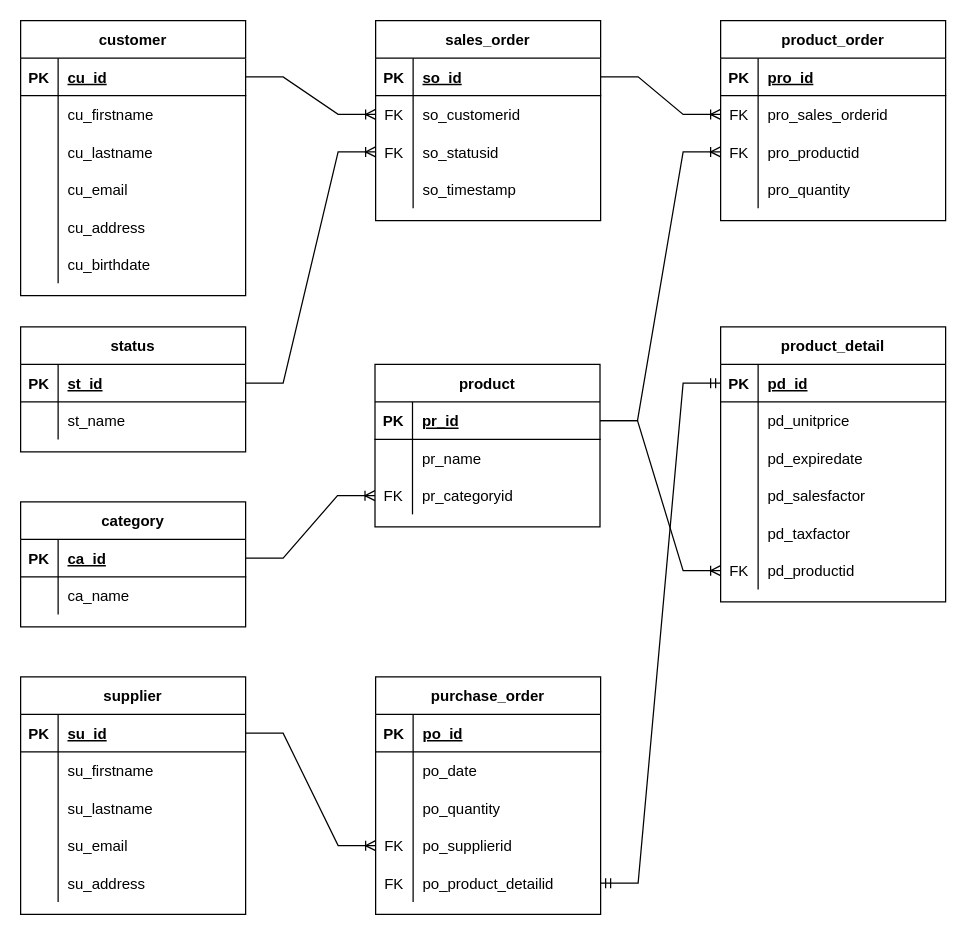
The draw.io diagram hamburger_db_inventaris.drawio in effevee/data_sql_python_frankv, before the edit. Source tidied: cells renumbered, new cells numbered last; positions are measured from the earlier drawing's top-left corner, leaving out a move shared by most shapes. Both pictures are drawn from the tidied source at 125%, with x=0, y=0 at pixel (20, 20).
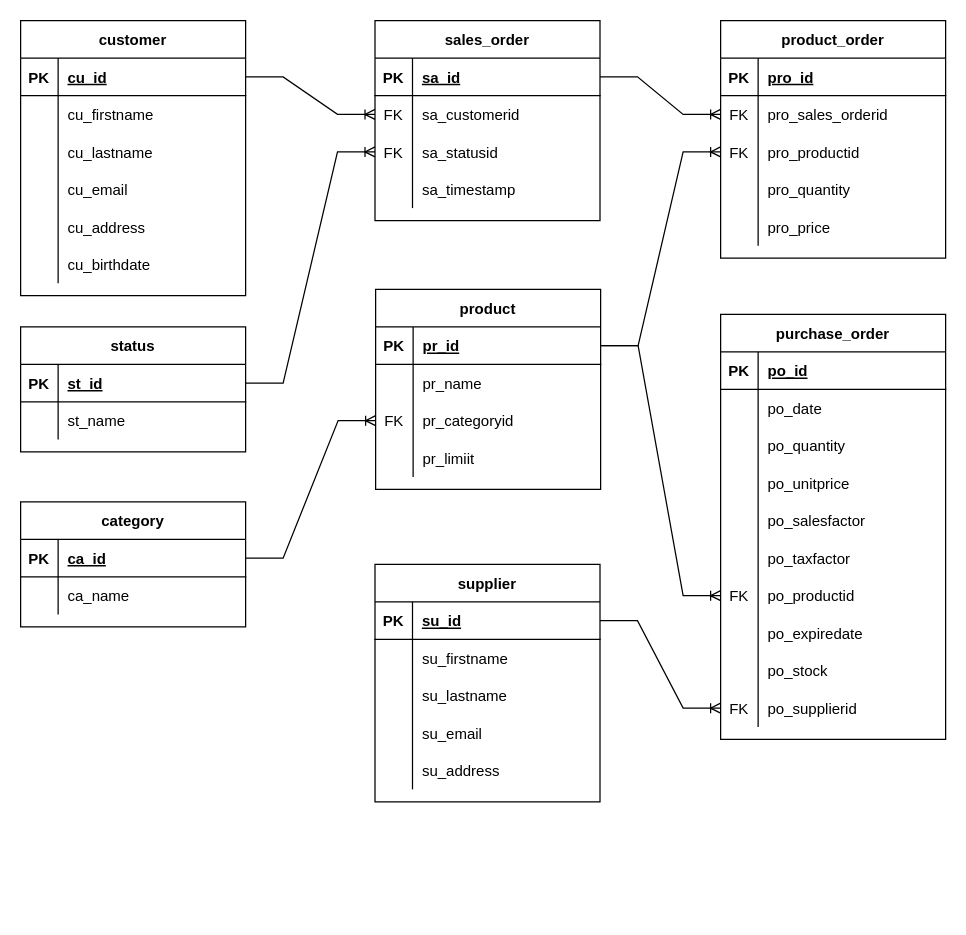
The same diagram, later.

The change refers to these unchanged cells:
```xml
<mxCell id="22" style="shape=tableRow;horizontal=0;startSize=0;swimlaneHead=0;swimlaneBody=0;fillColor=none;points=[[0,0.5],[1,0.5]];portConstraint=eastwest;top=0;left=0;right=0;bottom=1;" parent="21" vertex="1">
  <mxGeometry y="30" width="180" height="30" as="geometry" />
</mxCell>
<mxCell id="25" style="shape=tableRow;horizontal=0;startSize=0;swimlaneHead=0;swimlaneBody=0;fillColor=none;points=[[0,0.5],[1,0.5]];portConstraint=eastwest;top=0;left=0;right=0;bottom=0;" parent="21" vertex="1">
  <mxGeometry y="60" width="180" height="30" as="geometry" />
</mxCell>
<mxCell id="28" style="shape=tableRow;horizontal=0;startSize=0;swimlaneHead=0;swimlaneBody=0;fillColor=none;points=[[0,0.5],[1,0.5]];portConstraint=eastwest;top=0;left=0;right=0;bottom=0;" parent="21" vertex="1">
  <mxGeometry y="90" width="180" height="30" as="geometry" />
</mxCell>
<mxCell id="31" style="shape=tableRow;horizontal=0;startSize=0;swimlaneHead=0;swimlaneBody=0;fillColor=none;top=0;left=0;right=0;bottom=0;" parent="21" vertex="1">
  <mxGeometry y="120" width="180" height="30" as="geometry" />
</mxCell>
<mxCell id="35" style="shape=tableRow;horizontal=0;startSize=0;swimlaneHead=0;swimlaneBody=0;fillColor=none;points=[[0,0.5],[1,0.5]];portConstraint=eastwest;top=0;left=0;right=0;bottom=1;" parent="34" vertex="1">
  <mxGeometry y="30" width="180" height="30" as="geometry" />
</mxCell>
<mxCell id="52" style="shape=tableRow;horizontal=0;startSize=0;swimlaneHead=0;swimlaneBody=0;fillColor=none;points=[[0,0.5],[1,0.5]];portConstraint=eastwest;top=0;left=0;right=0;bottom=1;" parent="51" vertex="1">
  <mxGeometry y="30" width="180" height="30" as="geometry" />
</mxCell>
```

What changed in the source:
```diff
@@
     <mxCell id="21" value="sales_order" style="shape=table;startSize=30;childLayout=tableLayout;rowLines=0;fontStyle=1;align=center;" parent="1" vertex="1">
-      <mxGeometry x="284" width="180" height="160" as="geometry" />
+      <mxGeometry x="283.5" width="180" height="160" as="geometry" />
     </mxCell>
@@
-    <mxCell id="24" value="so_id" style="shape=partialRectangle;fillColor=none;top=0;left=0;bottom=0;right=0;align=left;spacingLeft=6;fontStyle=5;overflow=hidden;" parent="22" vertex="1">
+    <mxCell id="24" value="sa_id" style="shape=partialRectangle;fillColor=none;top=0;left=0;bottom=0;right=0;align=left;spacingLeft=6;fontStyle=5;overflow=hidden;" parent="22" vertex="1">
       <mxGeometry x="30" width="150" height="30" as="geometry" />
     </mxCell>
@@
-    <mxCell id="27" value="so_customerid" style="shape=partialRectangle;fillColor=none;top=0;left=0;bottom=0;right=0;align=left;spacingLeft=6;overflow=hidden;" parent="25" vertex="1">
+    <mxCell id="27" value="sa_customerid" style="shape=partialRectangle;fillColor=none;top=0;left=0;bottom=0;right=0;align=left;spacingLeft=6;overflow=hidden;" parent="25" vertex="1">
       <mxGeometry x="30" width="150" height="30" as="geometry" />
     </mxCell>
@@
-    <mxCell id="30" value="so_statusid" style="shape=partialRectangle;fillColor=none;top=0;left=0;bottom=0;right=0;align=left;spacingLeft=6;overflow=hidden;" parent="28" vertex="1">
+    <mxCell id="30" value="sa_statusid" style="shape=partialRectangle;fillColor=none;top=0;left=0;bottom=0;right=0;align=left;spacingLeft=6;overflow=hidden;" parent="28" vertex="1">
       <mxGeometry x="30" width="150" height="30" as="geometry" />
     </mxCell>
@@
-    <mxCell id="33" value="so_timestamp" style="shape=partialRectangle;fillColor=none;top=0;left=0;bottom=0;right=0;align=left;spacingLeft=6;overflow=hidden;" parent="31" vertex="1">
+    <mxCell id="33" value="sa_timestamp" style="shape=partialRectangle;fillColor=none;top=0;left=0;bottom=0;right=0;align=left;spacingLeft=6;overflow=hidden;" parent="31" vertex="1">
       <mxGeometry x="30" width="150" height="30" as="geometry" />
     </mxCell>
     <mxCell id="34" value="product" style="shape=table;startSize=30;childLayout=tableLayout;rowLines=0;fontStyle=1;align=center;" parent="1" vertex="1">
-      <mxGeometry x="283.5" y="275" width="180" height="130" as="geometry" />
+      <mxGeometry x="284" y="215" width="180" height="160" as="geometry" />
     </mxCell>
@@
+    <mxCell id="130" style="shape=tableRow;horizontal=0;startSize=0;swimlaneHead=0;swimlaneBody=0;fillColor=none;top=0;left=0;right=0;bottom=0;" parent="34" vertex="1">
+      <mxGeometry y="120" width="180" height="30" as="geometry" />
+    </mxCell>
+    <mxCell id="131" style="shape=partialRectangle;fillColor=none;top=0;left=0;bottom=0;right=0;overflow=hidden;" parent="130" vertex="1">
+      <mxGeometry width="30" height="30" as="geometry" />
+    </mxCell>
+    <mxCell id="132" value="pr_limiit" style="shape=partialRectangle;fillColor=none;top=0;left=0;bottom=0;right=0;align=left;spacingLeft=6;overflow=hidden;" parent="130" vertex="1">
+      <mxGeometry x="30" width="150" height="30" as="geometry" />
+    </mxCell>
@@
     <mxCell id="51" value="supplier" style="shape=table;startSize=30;childLayout=tableLayout;rowLines=0;fontStyle=1;align=center;" parent="1" vertex="1">
-      <mxGeometry y="525" width="180" height="190" as="geometry" />
+      <mxGeometry x="283.5" y="435" width="180" height="190" as="geometry" />
     </mxCell>
@@
     <mxCell id="67" value="purchase_order" style="shape=table;startSize=30;childLayout=tableLayout;rowLines=0;fontStyle=1;align=center;" parent="1" vertex="1">
-      <mxGeometry x="284" y="525" width="180" height="190" as="geometry" />
+      <mxGeometry x="560" y="235" width="180" height="340" as="geometry" />
     </mxCell>
@@
-    <mxCell id="77" style="shape=tableRow;horizontal=0;startSize=0;swimlaneHead=0;swimlaneBody=0;fillColor=none;points=[[0,0.5],[1,0.5]];portConstraint=eastwest;top=0;left=0;right=0;bottom=0;" parent="67" vertex="1">
-      <mxGeometry y="120" width="180" height="30" as="geometry" />
-    </mxCell>
-    <mxCell id="78" value="FK" style="shape=partialRectangle;fillColor=none;top=0;left=0;bottom=0;right=0;overflow=hidden;" parent="77" vertex="1">
-      <mxGeometry width="30" height="30" as="geometry" />
-    </mxCell>
-    <mxCell id="79" value="po_supplierid" style="shape=partialRectangle;fillColor=none;top=0;left=0;bottom=0;right=0;align=left;spacingLeft=6;overflow=hidden;" parent="77" vertex="1">
-      <mxGeometry x="30" width="150" height="30" as="geometry" />
-    </mxCell>
     <mxCell id="80" style="shape=tableRow;horizontal=0;startSize=0;swimlaneHead=0;swimlaneBody=0;fillColor=none;points=[[0,0.5],[1,0.5]];portConstraint=eastwest;top=0;left=0;right=0;bottom=0;" parent="67" vertex="1">
-      <mxGeometry y="150" width="180" height="30" as="geometry" />
+      <mxGeometry y="120" width="180" height="30" as="geometry" />
     </mxCell>
-    <mxCell id="81" value="FK" style="shape=partialRectangle;fillColor=none;top=0;left=0;bottom=0;right=0;overflow=hidden;" parent="80" vertex="1">
+    <mxCell id="81" style="shape=partialRectangle;fillColor=none;top=0;left=0;bottom=0;right=0;overflow=hidden;" parent="80" vertex="1">
       <mxGeometry width="30" height="30" as="geometry" />
     </mxCell>
-    <mxCell id="82" value="po_product_detailid" style="shape=partialRectangle;fillColor=none;top=0;left=0;bottom=0;right=0;align=left;spacingLeft=6;overflow=hidden;" parent="80" vertex="1">
+    <mxCell id="82" value="po_unitprice" style="shape=partialRectangle;fillColor=none;top=0;left=0;bottom=0;right=0;align=left;spacingLeft=6;overflow=hidden;" parent="80" vertex="1">
       <mxGeometry x="30" width="150" height="30" as="geometry" />
     </mxCell>
+    <mxCell id="133" style="shape=tableRow;horizontal=0;startSize=0;swimlaneHead=0;swimlaneBody=0;fillColor=none;top=0;left=0;right=0;bottom=0;" parent="67" vertex="1">
+      <mxGeometry y="150" width="180" height="30" as="geometry" />
+    </mxCell>
+    <mxCell id="134" style="shape=partialRectangle;fillColor=none;top=0;left=0;bottom=0;right=0;overflow=hidden;" parent="133" vertex="1">
+      <mxGeometry width="30" height="30" as="geometry" />
+    </mxCell>
+    <mxCell id="135" value="po_salesfactor" style="shape=partialRectangle;fillColor=none;top=0;left=0;bottom=0;right=0;align=left;spacingLeft=6;overflow=hidden;" parent="133" vertex="1">
+      <mxGeometry x="30" width="150" height="30" as="geometry" />
+    </mxCell>
+    <mxCell id="112" style="shape=tableRow;horizontal=0;startSize=0;swimlaneHead=0;swimlaneBody=0;fillColor=none;points=[[0,0.5],[1,0.5]];portConstraint=eastwest;top=0;left=0;right=0;bottom=0;" parent="67" vertex="1">
+      <mxGeometry y="180" width="180" height="30" as="geometry" />
+    </mxCell>
+    <mxCell id="136" style="shape=partialRectangle;fillColor=none;top=0;left=0;bottom=0;right=0;overflow=hidden;" parent="112" vertex="1">
+      <mxGeometry width="30" height="30" as="geometry" />
+    </mxCell>
+    <mxCell id="137" value="po_taxfactor" style="shape=partialRectangle;fillColor=none;top=0;left=0;bottom=0;right=0;align=left;spacingLeft=6;overflow=hidden;" parent="112" vertex="1">
+      <mxGeometry x="30" width="150" height="30" as="geometry" />
+    </mxCell>
+    <mxCell id="138" style="shape=tableRow;horizontal=0;startSize=0;swimlaneHead=0;swimlaneBody=0;fillColor=none;points=[[0,0.5],[1,0.5]];portConstraint=eastwest;top=0;left=0;right=0;bottom=0;" parent="67" vertex="1">
+      <mxGeometry y="210" width="180" height="30" as="geometry" />
+    </mxCell>
+    <mxCell id="139" value="FK" style="shape=partialRectangle;fillColor=none;top=0;left=0;bottom=0;right=0;overflow=hidden;" parent="138" vertex="1">
+      <mxGeometry width="30" height="30" as="geometry" />
+    </mxCell>
+    <mxCell id="140" value="po_productid" style="shape=partialRectangle;fillColor=none;top=0;left=0;bottom=0;right=0;align=left;spacingLeft=6;overflow=hidden;" parent="138" vertex="1">
+      <mxGeometry x="30" width="150" height="30" as="geometry" />
+    </mxCell>
+    <mxCell id="141" style="shape=tableRow;horizontal=0;startSize=0;swimlaneHead=0;swimlaneBody=0;fillColor=none;top=0;left=0;right=0;bottom=0;" parent="67" vertex="1">
+      <mxGeometry y="240" width="180" height="30" as="geometry" />
+    </mxCell>
+    <mxCell id="142" style="shape=partialRectangle;fillColor=none;top=0;left=0;bottom=0;right=0;overflow=hidden;" parent="141" vertex="1">
+      <mxGeometry width="30" height="30" as="geometry" />
+    </mxCell>
+    <mxCell id="143" value="po_expiredate" style="shape=partialRectangle;fillColor=none;top=0;left=0;bottom=0;right=0;align=left;spacingLeft=6;overflow=hidden;" parent="141" vertex="1">
+      <mxGeometry x="30" width="150" height="30" as="geometry" />
+    </mxCell>
+    <mxCell id="144" style="shape=tableRow;horizontal=0;startSize=0;swimlaneHead=0;swimlaneBody=0;fillColor=none;top=0;left=0;right=0;bottom=0;" parent="67" vertex="1">
+      <mxGeometry y="270" width="180" height="30" as="geometry" />
+    </mxCell>
+    <mxCell id="145" style="shape=partialRectangle;fillColor=none;top=0;left=0;bottom=0;right=0;overflow=hidden;" parent="144" vertex="1">
+      <mxGeometry width="30" height="30" as="geometry" />
+    </mxCell>
+    <mxCell id="146" value="po_stock" style="shape=partialRectangle;fillColor=none;top=0;left=0;bottom=0;right=0;align=left;spacingLeft=6;overflow=hidden;" parent="144" vertex="1">
+      <mxGeometry x="30" width="150" height="30" as="geometry" />
+    </mxCell>
+    <mxCell id="147" style="shape=tableRow;horizontal=0;startSize=0;swimlaneHead=0;swimlaneBody=0;fillColor=none;points=[[0,0.5],[1,0.5]];portConstraint=eastwest;top=0;left=0;right=0;bottom=0;" parent="67" vertex="1">
+      <mxGeometry y="300" width="180" height="30" as="geometry" />
+    </mxCell>
+    <mxCell id="148" value="FK" style="shape=partialRectangle;fillColor=none;top=0;left=0;bottom=0;right=0;overflow=hidden;" parent="147" vertex="1">
+      <mxGeometry width="30" height="30" as="geometry" />
+    </mxCell>
+    <mxCell id="79" value="po_supplierid" style="shape=partialRectangle;fillColor=none;top=0;left=0;bottom=0;right=0;align=left;spacingLeft=6;overflow=hidden;" parent="147" vertex="1">
+      <mxGeometry x="30" width="150" height="30" as="geometry" />
+    </mxCell>
     <mxCell id="83" value="product_order" style="shape=table;startSize=30;childLayout=tableLayout;rowLines=0;fontStyle=1;align=center;" parent="1" vertex="1">
-      <mxGeometry x="560" width="180" height="160" as="geometry" />
+      <mxGeometry x="560" width="180" height="190" as="geometry" />
     </mxCell>
@@
-    <mxCell id="96" value="product_detail" style="shape=table;startSize=30;childLayout=tableLayout;rowLines=0;fontStyle=1;align=center;" parent="1" vertex="1">
-      <mxGeometry x="560" y="245" width="180" height="220" as="geometry" />
-    </mxCell>
-    <mxCell id="97" style="shape=tableRow;horizontal=0;startSize=0;swimlaneHead=0;swimlaneBody=0;fillColor=none;points=[[0,0.5],[1,0.5]];portConstraint=eastwest;top=0;left=0;right=0;bottom=1;" parent="96" vertex="1">
-      <mxGeometry y="30" width="180" height="30" as="geometry" />
-    </mxCell>
-    <mxCell id="98" value="PK" style="shape=partialRectangle;fillColor=none;top=0;left=0;bottom=0;right=0;fontStyle=1;overflow=hidden;" parent="97" vertex="1">
-      <mxGeometry width="30" height="30" as="geometry" />
-    </mxCell>
-    <mxCell id="99" value="pd_id" style="shape=partialRectangle;fillColor=none;top=0;left=0;bottom=0;right=0;align=left;spacingLeft=6;fontStyle=5;overflow=hidden;" parent="97" vertex="1">
-      <mxGeometry x="30" width="150" height="30" as="geometry" />
-    </mxCell>
-    <mxCell id="100" style="shape=tableRow;horizontal=0;startSize=0;swimlaneHead=0;swimlaneBody=0;fillColor=none;top=0;left=0;right=0;bottom=0;" parent="96" vertex="1">
-      <mxGeometry y="60" width="180" height="30" as="geometry" />
-    </mxCell>
-    <mxCell id="101" style="shape=partialRectangle;fillColor=none;top=0;left=0;bottom=0;right=0;overflow=hidden;" parent="100" vertex="1">
-      <mxGeometry width="30" height="30" as="geometry" />
-    </mxCell>
-    <mxCell id="102" value="pd_unitprice" style="shape=partialRectangle;fillColor=none;top=0;left=0;bottom=0;right=0;align=left;spacingLeft=6;overflow=hidden;" parent="100" vertex="1">
-      <mxGeometry x="30" width="150" height="30" as="geometry" />
-    </mxCell>
-    <mxCell id="103" style="shape=tableRow;horizontal=0;startSize=0;swimlaneHead=0;swimlaneBody=0;fillColor=none;top=0;left=0;right=0;bottom=0;" parent="96" vertex="1">
-      <mxGeometry y="90" width="180" height="30" as="geometry" />
-    </mxCell>
-    <mxCell id="104" style="shape=partialRectangle;fillColor=none;top=0;left=0;bottom=0;right=0;overflow=hidden;" parent="103" vertex="1">
-      <mxGeometry width="30" height="30" as="geometry" />
-    </mxCell>
-    <mxCell id="105" value="pd_expiredate" style="shape=partialRectangle;fillColor=none;top=0;left=0;bottom=0;right=0;align=left;spacingLeft=6;overflow=hidden;" parent="103" vertex="1">
-      <mxGeometry x="30" width="150" height="30" as="geometry" />
-    </mxCell>
-    <mxCell id="106" style="shape=tableRow;horizontal=0;startSize=0;swimlaneHead=0;swimlaneBody=0;fillColor=none;top=0;left=0;right=0;bottom=0;" parent="96" vertex="1">
-      <mxGeometry y="120" width="180" height="30" as="geometry" />
-    </mxCell>
-    <mxCell id="107" style="shape=partialRectangle;fillColor=none;top=0;left=0;bottom=0;right=0;overflow=hidden;" parent="106" vertex="1">
-      <mxGeometry width="30" height="30" as="geometry" />
-    </mxCell>
-    <mxCell id="108" value="pd_salesfactor" style="shape=partialRectangle;fillColor=none;top=0;left=0;bottom=0;right=0;align=left;spacingLeft=6;overflow=hidden;" parent="106" vertex="1">
-      <mxGeometry x="30" width="150" height="30" as="geometry" />
-    </mxCell>
-    <mxCell id="109" style="shape=tableRow;horizontal=0;startSize=0;swimlaneHead=0;swimlaneBody=0;fillColor=none;top=0;left=0;right=0;bottom=0;" parent="96" vertex="1">
-      <mxGeometry y="150" width="180" height="30" as="geometry" />
-    </mxCell>
-    <mxCell id="110" style="shape=partialRectangle;fillColor=none;top=0;left=0;bottom=0;right=0;overflow=hidden;" parent="109" vertex="1">
-      <mxGeometry width="30" height="30" as="geometry" />
-    </mxCell>
-    <mxCell id="111" value="pd_taxfactor" style="shape=partialRectangle;fillColor=none;top=0;left=0;bottom=0;right=0;align=left;spacingLeft=6;overflow=hidden;" parent="109" vertex="1">
-      <mxGeometry x="30" width="150" height="30" as="geometry" />
-    </mxCell>
-    <mxCell id="112" style="shape=tableRow;horizontal=0;startSize=0;swimlaneHead=0;swimlaneBody=0;fillColor=none;points=[[0,0.5],[1,0.5]];portConstraint=eastwest;top=0;left=0;right=0;bottom=0;" parent="96" vertex="1">
-      <mxGeometry y="180" width="180" height="30" as="geometry" />
-    </mxCell>
-    <mxCell id="113" value="FK" style="shape=partialRectangle;fillColor=none;top=0;left=0;bottom=0;right=0;overflow=hidden;" parent="112" vertex="1">
-      <mxGeometry width="30" height="30" as="geometry" />
-    </mxCell>
-    <mxCell id="114" value="pd_productid" style="shape=partialRectangle;fillColor=none;top=0;left=0;bottom=0;right=0;align=left;spacingLeft=6;overflow=hidden;" parent="112" vertex="1">
-      <mxGeometry x="30" width="150" height="30" as="geometry" />
-    </mxCell>
+    <mxCell id="149" style="shape=tableRow;horizontal=0;startSize=0;swimlaneHead=0;swimlaneBody=0;fillColor=none;top=0;left=0;right=0;bottom=0;" parent="83" vertex="1">
+      <mxGeometry y="150" width="180" height="30" as="geometry" />
+    </mxCell>
+    <mxCell id="150" style="shape=partialRectangle;fillColor=none;top=0;left=0;bottom=0;right=0;overflow=hidden;" parent="149" vertex="1">
+      <mxGeometry width="30" height="30" as="geometry" />
+    </mxCell>
+    <mxCell id="151" value="pro_price" style="shape=partialRectangle;fillColor=none;top=0;left=0;bottom=0;right=0;align=left;spacingLeft=6;overflow=hidden;" parent="149" vertex="1">
+      <mxGeometry x="30" width="150" height="30" as="geometry" />
+    </mxCell>
@@
-    <mxCell id="125" style="edgeStyle=entityRelationEdgeStyle;fontSize=12;html=1;endArrow=ERoneToMany;rounded=0;exitX=1;exitY=0.5;exitDx=0;exitDy=0;entryX=0;entryY=0.5;entryDx=0;entryDy=0;" parent="1" edge="1" source="35" target="112">
+    <mxCell id="125" style="edgeStyle=entityRelationEdgeStyle;fontSize=12;html=1;endArrow=ERoneToMany;rounded=0;exitX=1;exitY=0.5;exitDx=0;exitDy=0;entryX=0;entryY=0.5;entryDx=0;entryDy=0;" parent="1" edge="1" source="35" target="138">
       <mxGeometry relative="1" as="geometry" />
     </mxCell>
-    <mxCell id="126" style="edgeStyle=entityRelationEdgeStyle;fontSize=12;html=1;endArrow=ERmandOne;startArrow=ERmandOne;rounded=0;exitX=1;exitY=0.5;exitDx=0;exitDy=0;entryX=0;entryY=0.5;entryDx=0;entryDy=0;" parent="1" edge="1" source="80" target="97">
-      <mxGeometry relative="1" as="geometry" />
-    </mxCell>
-    <mxCell id="127" style="edgeStyle=entityRelationEdgeStyle;fontSize=12;html=1;endArrow=ERoneToMany;rounded=0;exitX=1;exitY=0.5;exitDx=0;exitDy=0;entryX=0;entryY=0.5;entryDx=0;entryDy=0;" parent="1" edge="1" source="52" target="77">
+    <mxCell id="127" style="edgeStyle=entityRelationEdgeStyle;fontSize=12;html=1;endArrow=ERoneToMany;rounded=0;exitX=1;exitY=0.5;exitDx=0;exitDy=0;entryX=0;entryY=0.5;entryDx=0;entryDy=0;" parent="1" edge="1" source="52" target="147">
       <mxGeometry relative="1" as="geometry" />
     </mxCell>
```
